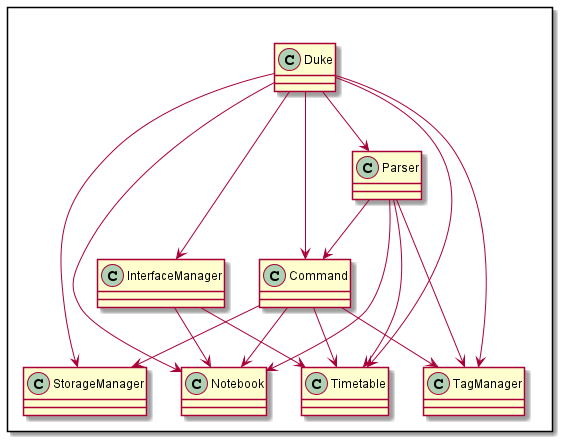
Earlier version of the PlantUML export docs/diagrams/out/Architecture_Overview.png (nus-cs2113-AY2021S1/tp). The source it was exported from:
```plantuml
@startuml

Package " "<<Rectangle>>{
    Class StorageManager
    Class InterfaceManager
    Class Notebook
    Class Timetable
    Class TagManager
    Class Parser
    Class Command
    Class Duke
}

Duke --> StorageManager
Duke --> InterfaceManager
Duke --> Notebook
Duke --> Timetable
Duke --> TagManager
Duke --> Parser
Duke --> Command

InterfaceManager --> Notebook
InterfaceManager --> Timetable

Parser --> Command
Parser --> TagManager
Parser --> Notebook
Parser --> Timetable

Command --> Notebook
Command --> Timetable
Command --> TagManager
Command --> StorageManager

@enduml
```
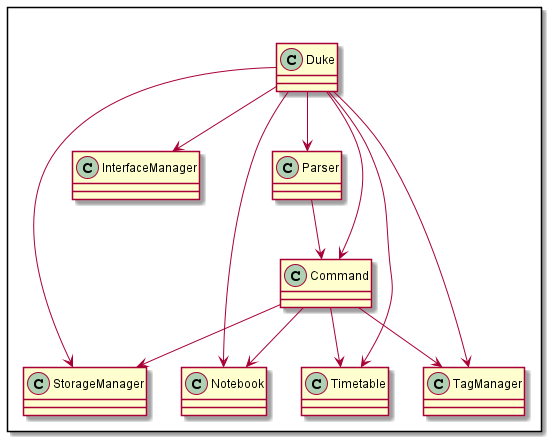
The same diagram one commit later.

Commit message:
Update Archi overview diagram

What changed in the source:
```diff
@@ -19,13 +19,7 @@
 Duke --> Parser
 Duke --> Command
 
-InterfaceManager --> Notebook
-InterfaceManager --> Timetable
-
 Parser --> Command
-Parser --> TagManager
-Parser --> Notebook
-Parser --> Timetable
 
 Command --> Notebook
 Command --> Timetable
```
